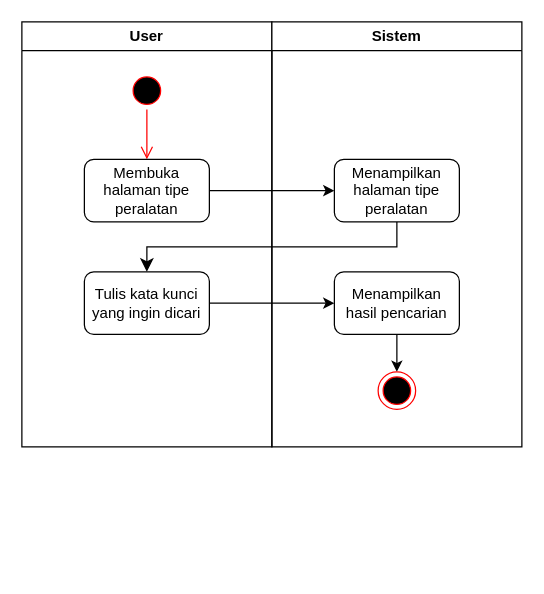
This is DOKUMENTASI IDMS/tipe peralatan/caritipe.drawio from rismanrhz/idms, a draw.io file, before an edit. Source tidied: cells renumbered, new cells numbered last; positions are measured from the earlier drawing's top-left corner, leaving out a move shared by most shapes. Both pictures are drawn from the tidied source at 125%, with x=0, y=0 at pixel (21, 21).
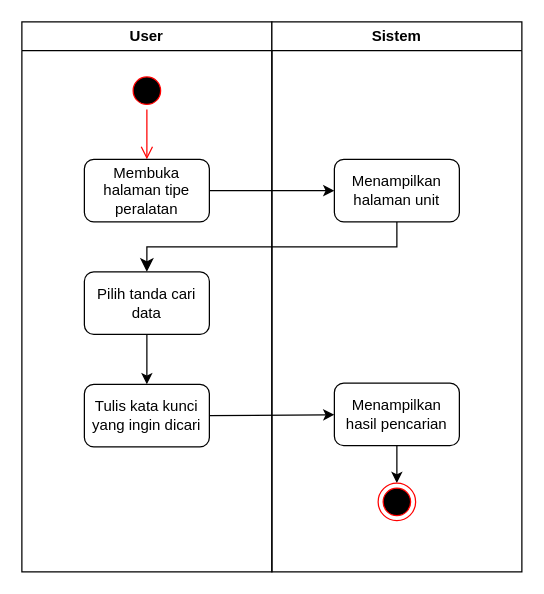
The same diagram, later.

Change to the diagram source:
```diff
@@
 <mxGraphModel>
   <root>
     <mxCell id="0" />
     <mxCell id="1" parent="0" />
-    <mxCell id="2" value="User" style="swimlane;whiteSpace=wrap;html=1;" parent="1" vertex="1">
-      <mxGeometry width="200" height="340" as="geometry" />
-    </mxCell>
+    <mxCell id="14" value="User" style="swimlane;whiteSpace=wrap;html=1;" parent="1" vertex="1">
+      <mxGeometry width="200" height="440" as="geometry" />
+    </mxCell>
-    <mxCell id="3" style="ellipse;html=1;shape=startState;fillColor=#000000;strokeColor=#ff0000;" parent="2" vertex="1">
+    <mxCell id="3" style="ellipse;html=1;shape=startState;fillColor=#000000;strokeColor=#ff0000;" parent="14" vertex="1">
       <mxGeometry x="85" y="40" width="30" height="30" as="geometry" />
     </mxCell>
-    <mxCell id="4" style="edgeStyle=orthogonalEdgeStyle;html=1;verticalAlign=bottom;endArrow=open;endSize=8;strokeColor=#ff0000;entryX=0.5;entryY=0;entryDx=0;entryDy=0;" parent="2" edge="1" source="3" target="5">
+    <mxCell id="4" style="edgeStyle=orthogonalEdgeStyle;html=1;verticalAlign=bottom;endArrow=open;endSize=8;strokeColor=#ff0000;entryX=0.5;entryY=0;entryDx=0;entryDy=0;" parent="14" edge="1" source="3" target="5">
       <mxGeometry relative="1" as="geometry" />
     </mxCell>
-    <mxCell id="5" value="Membuka halaman tipe peralatan" style="rounded=1;whiteSpace=wrap;html=1;" parent="2" vertex="1">
+    <mxCell id="5" value="Membuka halaman tipe peralatan" style="rounded=1;whiteSpace=wrap;html=1;" parent="14" vertex="1">
       <mxGeometry x="50" y="110" width="100" height="50" as="geometry" />
     </mxCell>
+    <mxCell id="15" style="edgeStyle=none;html=1;" parent="14" edge="1" source="16" target="6">
+      <mxGeometry relative="1" as="geometry" />
+    </mxCell>
+    <mxCell id="16" value="Pilih tanda cari data" style="rounded=1;whiteSpace=wrap;html=1;" parent="14" vertex="1">
+      <mxGeometry x="50" y="200" width="100" height="50" as="geometry" />
+    </mxCell>
-    <mxCell id="6" value="Tulis kata kunci yang ingin dicari" style="rounded=1;whiteSpace=wrap;html=1;" parent="2" vertex="1">
-      <mxGeometry x="50" y="200" width="100" height="50" as="geometry" />
+    <mxCell id="6" value="Tulis kata kunci yang ingin dicari" style="rounded=1;whiteSpace=wrap;html=1;" parent="14" vertex="1">
+      <mxGeometry x="50" y="290" width="100" height="50" as="geometry" />
     </mxCell>
     <mxCell id="7" value="Sistem" style="swimlane;whiteSpace=wrap;html=1;" parent="1" vertex="1">
-      <mxGeometry x="200" width="200" height="340" as="geometry" />
+      <mxGeometry x="200" width="200" height="440" as="geometry" />
     </mxCell>
-    <mxCell id="8" value="Menampilkan halaman tipe peralatan" style="rounded=1;whiteSpace=wrap;html=1;" parent="7" vertex="1">
-      <mxGeometry x="50" y="110" width="100" height="50" as="geometry" />
-    </mxCell>
-    <mxCell id="9" style="edgeStyle=none;html=1;" parent="7" edge="1" source="10" target="11">
-      <mxGeometry relative="1" as="geometry" />
-    </mxCell>
+    <mxCell id="17" value="Menampilkan halaman unit" style="rounded=1;whiteSpace=wrap;html=1;" parent="7" vertex="1">
+      <mxGeometry x="50" y="110" width="100" height="50" as="geometry" />
+    </mxCell>
+    <mxCell id="18" style="edgeStyle=none;html=1;" parent="7" edge="1" source="10" target="19">
+      <mxGeometry relative="1" as="geometry" />
+    </mxCell>
     <mxCell id="10" value="Menampilkan hasil pencarian" style="rounded=1;whiteSpace=wrap;html=1;" parent="7" vertex="1">
-      <mxGeometry x="50" y="200" width="100" height="50" as="geometry" />
+      <mxGeometry x="50" y="289" width="100" height="50" as="geometry" />
     </mxCell>
-    <mxCell id="11" style="ellipse;html=1;shape=endState;fillColor=#000000;strokeColor=#ff0000;" parent="7" vertex="1">
-      <mxGeometry x="85" y="280" width="30" height="30" as="geometry" />
-    </mxCell>
-    <mxCell id="12" style="edgeStyle=none;html=1;" parent="1" edge="1" source="5" target="8">
-      <mxGeometry relative="1" as="geometry" />
-    </mxCell>
-    <mxCell id="13" style="edgeStyle=elbowEdgeStyle;elbow=vertical;endArrow=classic;html=1;curved=0;rounded=0;endSize=8;startSize=8;exitX=0.5;exitY=1;exitDx=0;exitDy=0;entryX=0.5;entryY=0;entryDx=0;entryDy=0;" parent="1" edge="1" source="8" target="6">
-      <mxGeometry relative="1" as="geometry" />
-    </mxCell>
-    <mxCell id="14" style="edgeStyle=none;html=1;" parent="1" edge="1" source="6" target="10">
-      <mxGeometry relative="1" as="geometry" />
-    </mxCell>
+    <mxCell id="19" style="ellipse;html=1;shape=endState;fillColor=#000000;strokeColor=#ff0000;" parent="7" vertex="1">
+      <mxGeometry x="85" y="369" width="30" height="30" as="geometry" />
+    </mxCell>
+    <mxCell id="20" style="edgeStyle=none;html=1;" parent="1" edge="1" source="5" target="17">
+      <mxGeometry relative="1" as="geometry" />
+    </mxCell>
+    <mxCell id="21" style="edgeStyle=elbowEdgeStyle;elbow=vertical;endArrow=classic;html=1;curved=0;rounded=0;endSize=8;startSize=8;exitX=0.5;exitY=1;exitDx=0;exitDy=0;entryX=0.5;entryY=0;entryDx=0;entryDy=0;" parent="1" edge="1" source="17" target="16">
+      <mxGeometry relative="1" as="geometry" />
+    </mxCell>
+    <mxCell id="22" style="edgeStyle=none;html=1;exitX=1;exitY=0.5;exitDx=0;exitDy=0;" parent="1" edge="1" source="6" target="10">
+      <mxGeometry relative="1" as="geometry" />
+    </mxCell>
   </root>
 </mxGraphModel>
```
